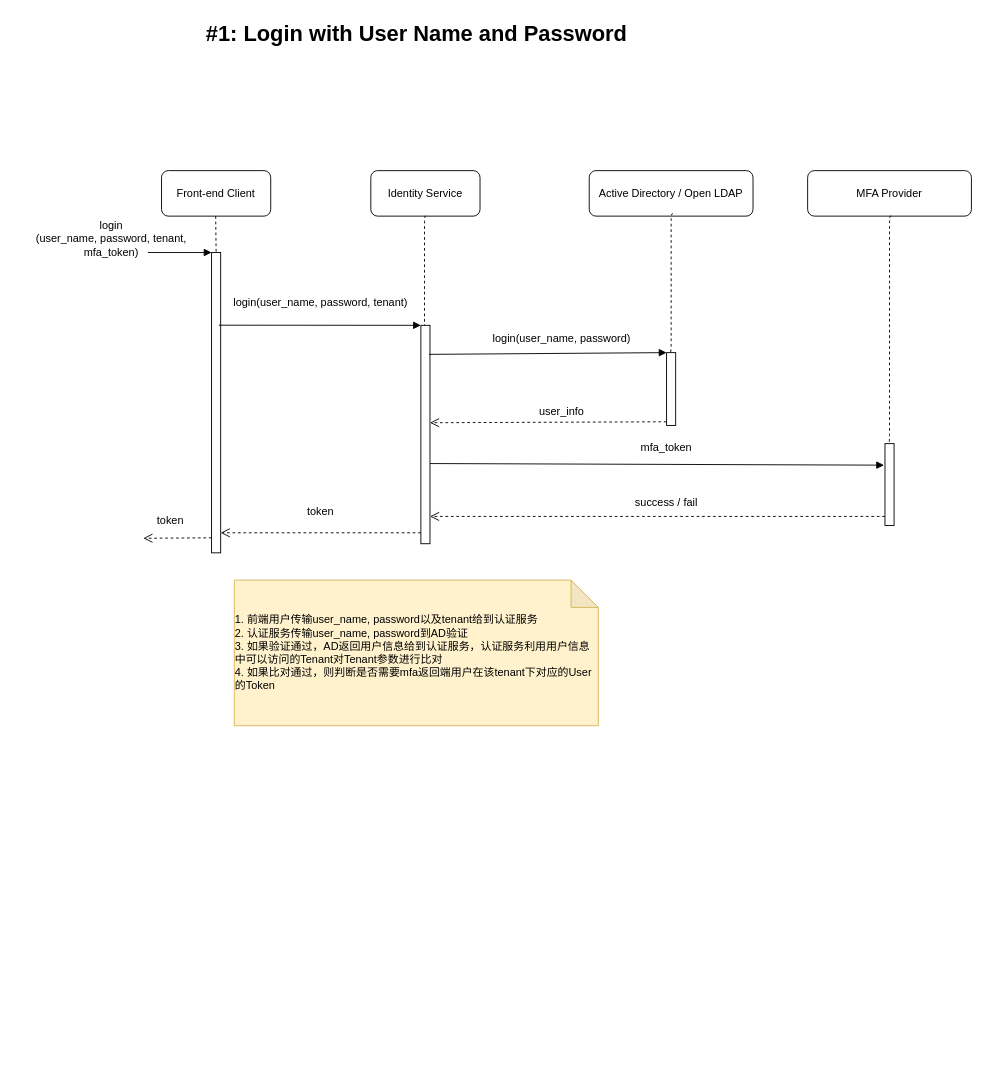
Above: page "1. Login#1" (2 of 7) of ids.drawio in dellexquan/transfer (draw.io), before the change. Source tidied: cells renumbered, new cells numbered last; positions are measured from the earlier drawing's top-left corner, leaving out a move shared by most shapes. Both pictures are drawn from the tidied source at 91%, with x=0, y=0 at pixel (15, 15).
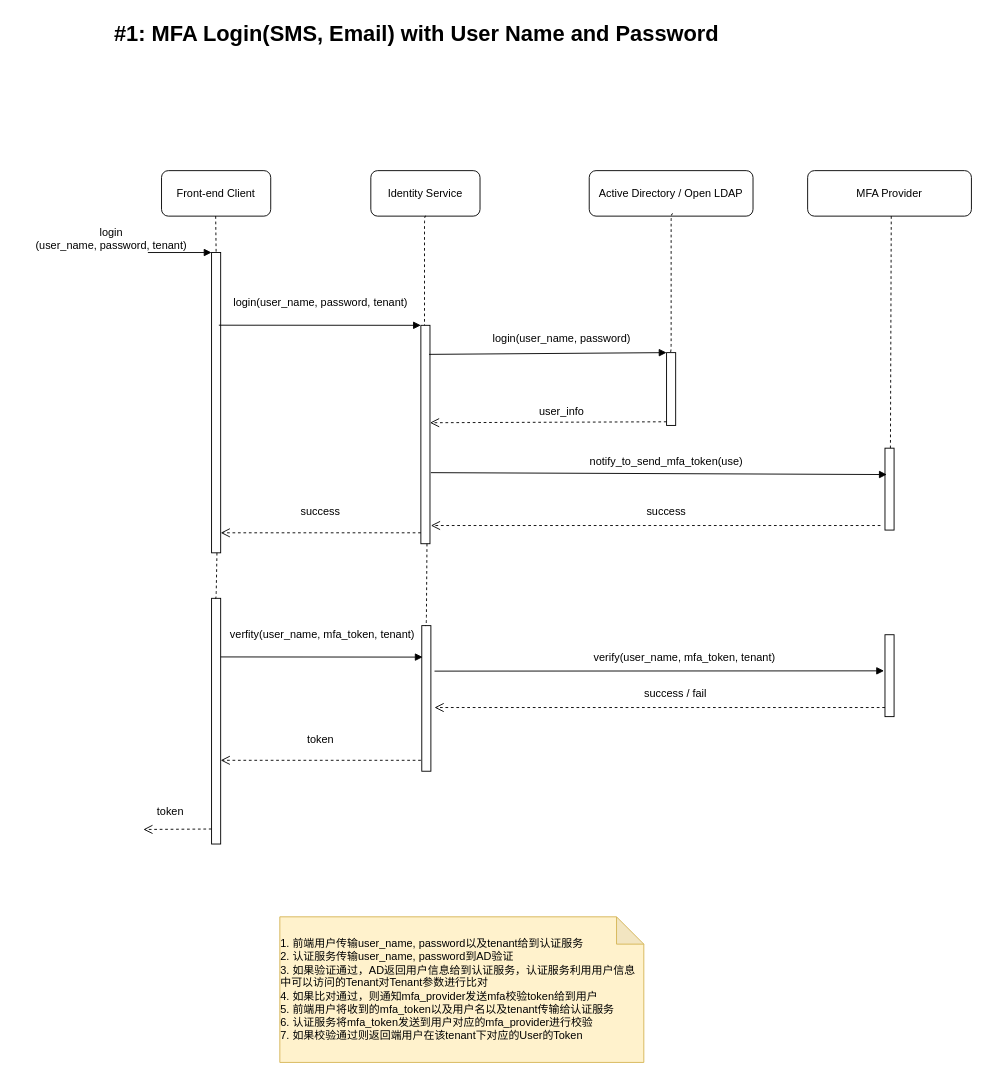
Above is the later version.

Unchanged cells that the change refers to:
```xml
<mxCell id="6" style="html=1;points=[];perimeter=orthogonalPerimeter;" parent="1" vertex="1">
  <mxGeometry x="215" y="260" width="10" height="330" as="geometry" />
</mxCell>
```

What changed in the source:
```diff
@@
-    <mxCell id="8" value="return" style="html=1;verticalAlign=bottom;endArrow=open;dashed=1;endSize=8;exitX=0;exitY=0.95;rounded=0;fontColor=none;noLabel=1;" parent="1" edge="1" source="6">
+    <mxCell id="8" value="return" style="html=1;verticalAlign=bottom;endArrow=open;dashed=1;endSize=8;exitX=0;exitY=0.95;rounded=0;fontColor=none;noLabel=1;" parent="1" edge="1">
       <mxGeometry relative="1" as="geometry">
-        <mxPoint x="140" y="574" as="targetPoint" />
+        <mxPoint x="215" y="893.5" as="sourcePoint" />
+        <mxPoint x="140" y="894" as="targetPoint" />
       </mxGeometry>
     </mxCell>
-    <mxCell id="9" value="login&lt;br&gt;(user_name, password, tenant, mfa_token)" style="text;html=1;strokeColor=none;fillColor=none;align=center;verticalAlign=middle;whiteSpace=wrap;rounded=0;fontColor=none;" parent="1" vertex="1">
+    <mxCell id="9" value="login&lt;br&gt;(user_name, password, tenant)" style="text;html=1;strokeColor=none;fillColor=none;align=center;verticalAlign=middle;whiteSpace=wrap;rounded=0;fontColor=none;" parent="1" vertex="1">
       <mxGeometry y="230" width="210" height="30" as="geometry" />
     </mxCell>
     <mxCell id="10" value="token" style="text;html=1;strokeColor=none;fillColor=none;align=center;verticalAlign=middle;whiteSpace=wrap;rounded=0;fontColor=none;" parent="1" vertex="1">
-      <mxGeometry x="130" y="540" width="80" height="30" as="geometry" />
+      <mxGeometry x="130" y="860" width="80" height="30" as="geometry" />
     </mxCell>
@@
-    <mxCell id="16" value="token" style="text;html=1;strokeColor=none;fillColor=none;align=center;verticalAlign=middle;whiteSpace=wrap;rounded=0;fontColor=none;" parent="1" vertex="1">
+    <mxCell id="16" value="success" style="text;html=1;strokeColor=none;fillColor=none;align=center;verticalAlign=middle;whiteSpace=wrap;rounded=0;fontColor=none;" parent="1" vertex="1">
       <mxGeometry x="240" y="530" width="190" height="30" as="geometry" />
     </mxCell>
@@
-    <mxCell id="23" value="&lt;p style=&quot;line-height: 1.4&quot;&gt;&lt;/p&gt;&lt;div style=&quot;text-align: left&quot;&gt;1. 前端用户传输user_name, password以及tenant给到认证服务&lt;/div&gt;&lt;div style=&quot;text-align: left&quot;&gt;2. 认证服务传输user_name, password到AD验证&lt;/div&gt;&lt;div style=&quot;text-align: left&quot;&gt;3. 如果验证通过，AD返回用户信息给到认证服务，认证服务利用用户信息中可以访问的Tenant对Tenant参数进行比对&lt;/div&gt;&lt;div style=&quot;text-align: left&quot;&gt;4. 如果比对通过，则判断是否需要mfa返回端用户在该tenant下对应的User的Token&lt;/div&gt;&lt;p&gt;&lt;/p&gt;" style="shape=note;whiteSpace=wrap;html=1;backgroundOutline=1;darkOpacity=0.05;fillColor=#fff2cc;strokeColor=#d6b656;" parent="1" vertex="1">
-      <mxGeometry x="240" y="620" width="400" height="160" as="geometry" />
+    <mxCell id="23" value="&lt;p style=&quot;line-height: 1.4&quot;&gt;&lt;/p&gt;&lt;div style=&quot;text-align: left&quot;&gt;&lt;div&gt;1. 前端用户传输user_name, password以及tenant给到认证服务&lt;/div&gt;&lt;div&gt;2. 认证服务传输user_name, password到AD验证&lt;/div&gt;&lt;div&gt;3. 如果验证通过，AD返回用户信息给到认证服务，认证服务利用用户信息中可以访问的Tenant对Tenant参数进行比对&lt;/div&gt;&lt;div&gt;4. 如果比对通过，&lt;span style=&quot;background-color: initial;&quot;&gt;则通知mfa_provider发送mfa校验token给到用户&lt;/span&gt;&lt;/div&gt;&lt;div&gt;5. 前端用户将收到的mfa_token以及用户名以及tenant传输给认证服务&lt;/div&gt;&lt;div&gt;6. 认证服务将mfa_token发送到用户对应的mfa_provider进行校验&lt;/div&gt;&lt;div&gt;7. 如果校验通过则返回端用户在该tenant下对应的User的Token&lt;/div&gt;&lt;/div&gt;&lt;p&gt;&lt;/p&gt;" style="shape=note;whiteSpace=wrap;html=1;backgroundOutline=1;darkOpacity=0.05;fillColor=#fff2cc;strokeColor=#d6b656;" parent="1" vertex="1">
+      <mxGeometry x="290" y="990" width="400" height="160" as="geometry" />
     </mxCell>
-    <mxCell id="24" value="#1: Login with User Name and Password" style="text;strokeColor=none;fillColor=none;html=1;fontSize=24;fontStyle=1;verticalAlign=middle;align=center;" parent="1" vertex="1">
+    <mxCell id="24" value="#1: MFA Login(SMS, Email) with User Name and Password" style="text;strokeColor=none;fillColor=none;html=1;fontSize=24;fontStyle=1;verticalAlign=middle;align=center;" parent="1" vertex="1">
       <mxGeometry x="390" width="100" height="40" as="geometry" />
     </mxCell>
@@
     <mxCell id="26" style="edgeStyle=elbowEdgeStyle;elbow=horizontal;endArrow=none;dashed=1;exitX=0.5;exitY=1;exitDx=0;exitDy=0;" parent="1" edge="1">
       <mxGeometry x="971.9" y="470" as="geometry">
         <mxPoint x="961.9" y="220" as="sourcePoint" />
-        <mxPoint x="958" y="470" as="targetPoint" />
+        <mxPoint x="960" y="480" as="targetPoint" />
       </mxGeometry>
     </mxCell>
     <mxCell id="27" style="html=1;points=[];perimeter=orthogonalPerimeter;fontColor=none;" parent="1" vertex="1">
-      <mxGeometry x="955" y="470" width="10" height="90" as="geometry" />
+      <mxGeometry x="955" y="680" width="10" height="90" as="geometry" />
     </mxCell>
-    <mxCell id="28" value="dispatch" style="html=1;verticalAlign=bottom;endArrow=block;entryX=-0.1;entryY=0.263;rounded=0;fontColor=none;exitX=0.9;exitY=0.133;exitDx=0;exitDy=0;exitPerimeter=0;noLabel=1;entryDx=0;entryDy=0;entryPerimeter=0;" parent="1" edge="1" target="27">
+    <mxCell id="28" value="dispatch" style="html=1;verticalAlign=bottom;endArrow=block;entryX=-0.1;entryY=0.263;rounded=0;fontColor=none;noLabel=1;entryDx=0;entryDy=0;entryPerimeter=0;" parent="1" edge="1">
       <mxGeometry relative="1" as="geometry">
-        <mxPoint x="455" y="491.9" as="sourcePoint" />
+        <mxPoint x="460" y="720" as="sourcePoint" />
+        <mxPoint x="954" y="719.7" as="targetPoint" />
       </mxGeometry>
     </mxCell>
-    <mxCell id="29" value="mfa_token" style="text;html=1;strokeColor=none;fillColor=none;align=center;verticalAlign=middle;whiteSpace=wrap;rounded=0;fontColor=none;" parent="1" vertex="1">
-      <mxGeometry x="620" y="460" width="190" height="30" as="geometry" />
+    <mxCell id="29" value="verify(user_name, mfa_token, tenant)" style="text;html=1;strokeColor=none;fillColor=none;align=center;verticalAlign=middle;whiteSpace=wrap;rounded=0;fontColor=none;" parent="1" vertex="1">
+      <mxGeometry x="630" y="690" width="210" height="30" as="geometry" />
     </mxCell>
     <mxCell id="30" value="return" style="html=1;verticalAlign=bottom;endArrow=open;dashed=1;endSize=8;rounded=0;fontColor=none;noLabel=1;" parent="1" edge="1" source="27">
       <mxGeometry relative="1" as="geometry">
-        <mxPoint x="455" y="550" as="targetPoint" />
+        <mxPoint x="460" y="760" as="targetPoint" />
       </mxGeometry>
     </mxCell>
     <mxCell id="31" value="success / fail" style="text;html=1;strokeColor=none;fillColor=none;align=center;verticalAlign=middle;whiteSpace=wrap;rounded=0;fontColor=none;" parent="1" vertex="1">
-      <mxGeometry x="620" y="520" width="190" height="30" as="geometry" />
+      <mxGeometry x="630" y="730" width="190" height="30" as="geometry" />
     </mxCell>
+    <mxCell id="32" style="html=1;perimeter=orthogonalPerimeter;fontColor=none;" parent="1" vertex="1">
+      <mxGeometry x="446" y="670" width="10" height="160" as="geometry" />
+    </mxCell>
+    <mxCell id="33" style="html=1;perimeter=orthogonalPerimeter;" parent="1" vertex="1">
+      <mxGeometry x="215" y="640" width="10" height="270" as="geometry" />
+    </mxCell>
+    <mxCell id="34" value="return" style="html=1;verticalAlign=bottom;endArrow=open;dashed=1;endSize=8;exitX=0;exitY=0.95;rounded=0;fontColor=none;noLabel=1;" parent="1" edge="1">
+      <mxGeometry relative="1" as="geometry">
+        <mxPoint x="445" y="818" as="sourcePoint" />
+        <mxPoint x="225" y="818" as="targetPoint" />
+      </mxGeometry>
+    </mxCell>
+    <mxCell id="35" value="token" style="text;html=1;strokeColor=none;fillColor=none;align=center;verticalAlign=middle;whiteSpace=wrap;rounded=0;fontColor=none;" parent="1" vertex="1">
+      <mxGeometry x="240" y="780" width="190" height="30" as="geometry" />
+    </mxCell>
+    <mxCell id="36" style="edgeStyle=elbowEdgeStyle;elbow=horizontal;endArrow=none;dashed=1;exitX=0.5;exitY=1;exitDx=0;exitDy=0;" parent="1" edge="1">
+      <mxGeometry x="461.7" y="830" as="geometry">
+        <mxPoint x="451.7" y="580" as="sourcePoint" />
+        <mxPoint x="450" y="670" as="targetPoint" />
+      </mxGeometry>
+    </mxCell>
+    <mxCell id="37" style="edgeStyle=elbowEdgeStyle;elbow=horizontal;endArrow=none;dashed=1;exitX=0.5;exitY=1;exitDx=0;exitDy=0;" parent="1" edge="1">
+      <mxGeometry x="230.9" y="840" as="geometry">
+        <mxPoint x="220.9" y="590" as="sourcePoint" />
+        <mxPoint x="219" y="640" as="targetPoint" />
+      </mxGeometry>
+    </mxCell>
+    <mxCell id="38" value="dispatch" style="html=1;verticalAlign=bottom;endArrow=block;entryX=0;entryY=0;rounded=0;fontColor=none;noLabel=1;exitX=0.8;exitY=0.242;exitDx=0;exitDy=0;exitPerimeter=0;" parent="1" edge="1">
+      <mxGeometry relative="1" as="geometry">
+        <mxPoint x="225" y="704.4" as="sourcePoint" />
+        <mxPoint x="447" y="704.6" as="targetPoint" />
+      </mxGeometry>
+    </mxCell>
+    <mxCell id="39" value="verfity(user_name, mfa_token, tenant)" style="text;html=1;strokeColor=none;fillColor=none;align=center;verticalAlign=middle;whiteSpace=wrap;rounded=0;fontColor=none;" parent="1" vertex="1">
+      <mxGeometry x="232" y="664.6" width="210" height="30" as="geometry" />
+    </mxCell>
+    <mxCell id="40" style="html=1;points=[];perimeter=orthogonalPerimeter;fontColor=none;" parent="1" vertex="1">
+      <mxGeometry x="955" y="475" width="10" height="90" as="geometry" />
+    </mxCell>
+    <mxCell id="41" value="dispatch" style="html=1;verticalAlign=bottom;endArrow=block;entryX=0.2;entryY=0.322;rounded=0;fontColor=none;exitX=0.9;exitY=0.133;exitDx=0;exitDy=0;exitPerimeter=0;noLabel=1;entryDx=0;entryDy=0;entryPerimeter=0;" parent="1" edge="1" target="40">
+      <mxGeometry relative="1" as="geometry">
+        <mxPoint x="456" y="501.9" as="sourcePoint" />
+      </mxGeometry>
+    </mxCell>
+    <mxCell id="42" value="notify_to_send_mfa_token(use)" style="text;html=1;strokeColor=none;fillColor=none;align=center;verticalAlign=middle;whiteSpace=wrap;rounded=0;fontColor=none;" parent="1" vertex="1">
+      <mxGeometry x="610" y="475" width="210" height="30" as="geometry" />
+    </mxCell>
+    <mxCell id="43" value="return" style="html=1;verticalAlign=bottom;endArrow=open;dashed=1;endSize=8;rounded=0;fontColor=none;entryX=1;entryY=0.446;entryDx=0;entryDy=0;entryPerimeter=0;noLabel=1;" parent="1" edge="1">
+      <mxGeometry relative="1" as="geometry">
+        <mxPoint x="950" y="560" as="sourcePoint" />
+        <mxPoint x="456" y="560" as="targetPoint" />
+      </mxGeometry>
+    </mxCell>
+    <mxCell id="44" value="success" style="text;html=1;strokeColor=none;fillColor=none;align=center;verticalAlign=middle;whiteSpace=wrap;rounded=0;fontColor=none;" parent="1" vertex="1">
+      <mxGeometry x="620" y="530" width="190" height="30" as="geometry" />
+    </mxCell>
```
